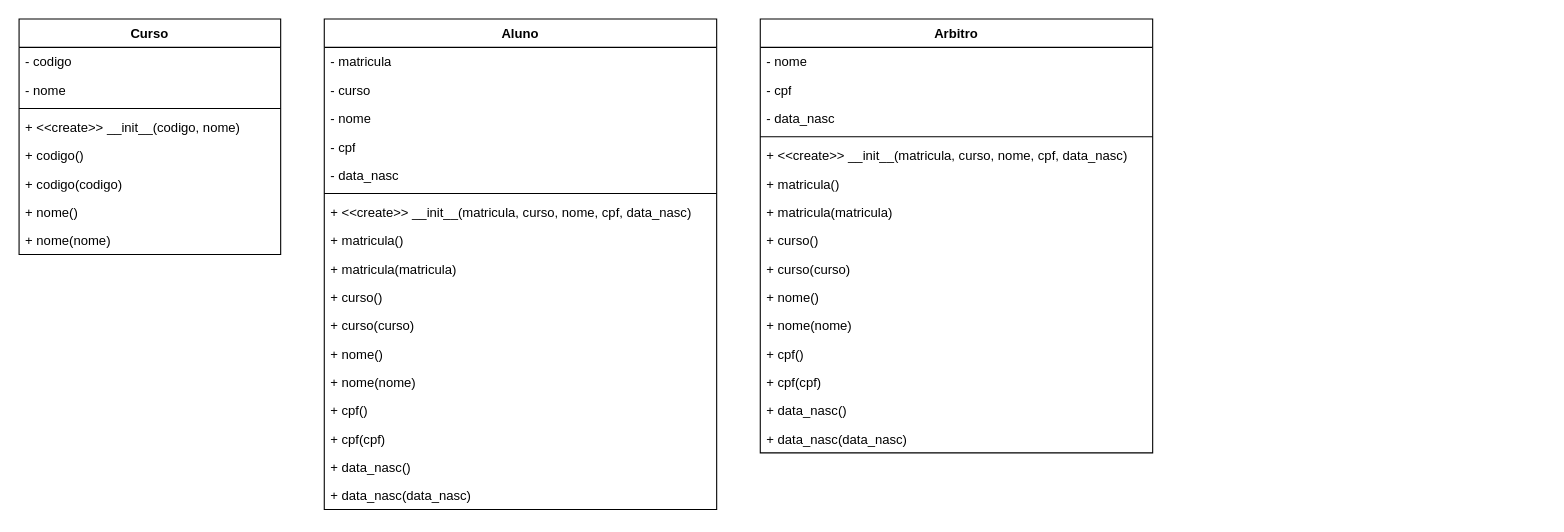
Before: Diagrama sem nome.drawio in mariabetman/dso, a draw.io diagram. Source tidied: cells renumbered, new cells numbered last; positions are measured from the earlier drawing's top-left corner, leaving out a move shared by most shapes. Both pictures are drawn from the tidied source at 109%, with x=0, y=0 at pixel (19, 19).
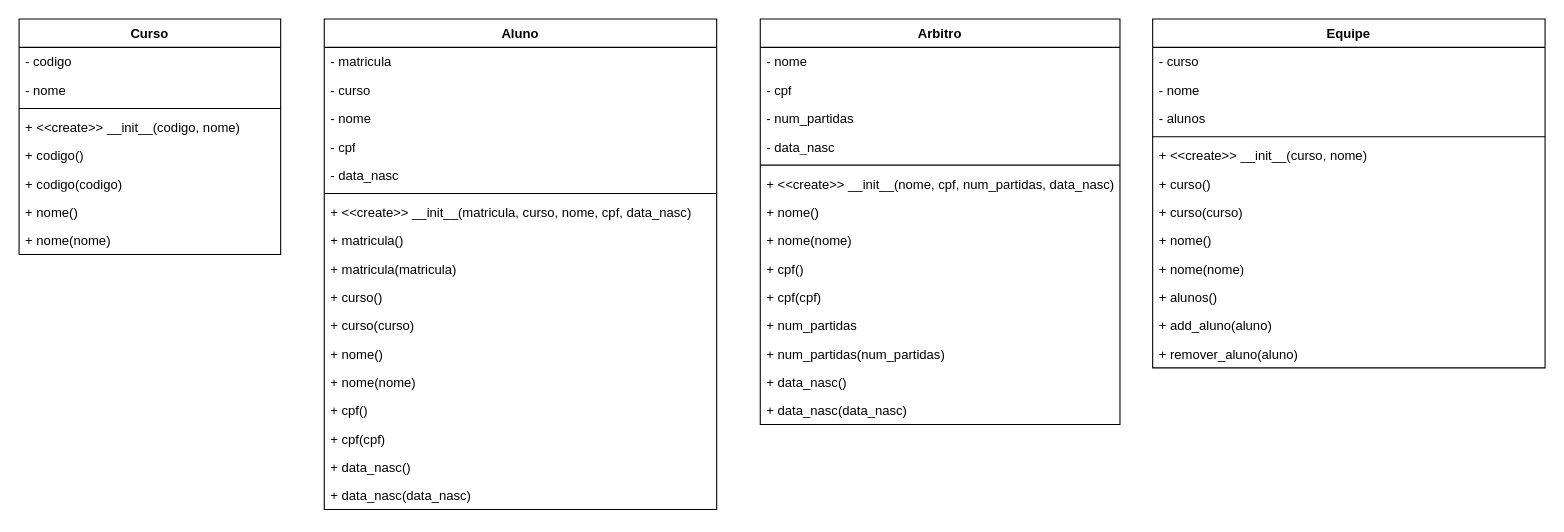
Above is the later version.

What changed in the source:
```diff
@@
     <mxCell id="29" value="Arbitro" style="swimlane;fontStyle=1;align=center;verticalAlign=top;horizontal=1;startSize=26;whiteSpace=wrap;html=1;" parent="1" vertex="1">
-      <mxGeometry x="680" width="360" height="398" as="geometry" />
+      <mxGeometry x="680" width="330" height="372" as="geometry" />
     </mxCell>
     <mxCell id="30" value="- nome" style="text;strokeColor=none;fillColor=none;align=left;verticalAlign=top;spacingLeft=4;spacingRight=4;overflow=hidden;whiteSpace=wrap;html=1;" parent="29" vertex="1">
-      <mxGeometry y="26" width="360" height="26" as="geometry" />
+      <mxGeometry y="26" width="330" height="26" as="geometry" />
     </mxCell>
     <mxCell id="31" value="- cpf" style="text;strokeColor=none;fillColor=none;align=left;verticalAlign=top;spacingLeft=4;spacingRight=4;overflow=hidden;whiteSpace=wrap;html=1;" parent="29" vertex="1">
-      <mxGeometry y="52" width="360" height="26" as="geometry" />
+      <mxGeometry y="52" width="330" height="26" as="geometry" />
     </mxCell>
-    <mxCell id="32" value="- data_nasc" style="text;strokeColor=none;fillColor=none;align=left;verticalAlign=top;spacingLeft=4;spacingRight=4;overflow=hidden;whiteSpace=wrap;html=1;" parent="29" vertex="1">
-      <mxGeometry y="78" width="360" height="26" as="geometry" />
+    <mxCell id="32" value="- num_partidas" style="text;strokeColor=none;fillColor=none;align=left;verticalAlign=top;spacingLeft=4;spacingRight=4;overflow=hidden;whiteSpace=wrap;html=1;" parent="29" vertex="1">
+      <mxGeometry y="78" width="330" height="26" as="geometry" />
     </mxCell>
+    <mxCell id="45" value="- data_nasc" style="text;strokeColor=none;fillColor=none;align=left;verticalAlign=top;spacingLeft=4;spacingRight=4;overflow=hidden;whiteSpace=wrap;html=1;" parent="29" vertex="1">
+      <mxGeometry y="104" width="330" height="26" as="geometry" />
+    </mxCell>
     <mxCell id="33" style="line;strokeWidth=1;fillColor=none;align=left;verticalAlign=middle;spacingTop=-1;spacingLeft=3;spacingRight=3;labelPosition=right;strokeColor=inherit;" parent="29" vertex="1">
-      <mxGeometry y="104" width="360" height="8" as="geometry" />
+      <mxGeometry y="130" width="330" height="8" as="geometry" />
     </mxCell>
-    <mxCell id="34" value="+ &amp;lt;&amp;lt;create&amp;gt;&amp;gt; __init__(matricula, curso, nome, cpf, data_nasc)&lt;div&gt;&lt;br&gt;&lt;/div&gt;" style="text;strokeColor=none;fillColor=none;align=left;verticalAlign=top;spacingLeft=4;spacingRight=4;overflow=hidden;whiteSpace=wrap;html=1;" parent="29" vertex="1">
-      <mxGeometry y="112" width="360" height="26" as="geometry" />
+    <mxCell id="34" value="+ &amp;lt;&amp;lt;create&amp;gt;&amp;gt; __init__(nome, cpf, num_partidas, data_nasc)&lt;div&gt;&lt;br&gt;&lt;/div&gt;" style="text;strokeColor=none;fillColor=none;align=left;verticalAlign=top;spacingLeft=4;spacingRight=4;overflow=hidden;whiteSpace=wrap;html=1;" parent="29" vertex="1">
+      <mxGeometry y="138" width="330" height="26" as="geometry" />
     </mxCell>
-    <mxCell id="35" value="+ matricula()" style="text;strokeColor=none;fillColor=none;align=left;verticalAlign=top;spacingLeft=4;spacingRight=4;overflow=hidden;whiteSpace=wrap;html=1;" parent="29" vertex="1">
-      <mxGeometry y="138" width="360" height="26" as="geometry" />
-    </mxCell>
-    <mxCell id="36" value="+ matricula(matricula)" style="text;strokeColor=none;fillColor=none;align=left;verticalAlign=top;spacingLeft=4;spacingRight=4;overflow=hidden;whiteSpace=wrap;html=1;" parent="29" vertex="1">
-      <mxGeometry y="164" width="360" height="26" as="geometry" />
-    </mxCell>
-    <mxCell id="37" value="+ curso()" style="text;strokeColor=none;fillColor=none;align=left;verticalAlign=top;spacingLeft=4;spacingRight=4;overflow=hidden;whiteSpace=wrap;html=1;" parent="29" vertex="1">
-      <mxGeometry y="190" width="360" height="26" as="geometry" />
-    </mxCell>
-    <mxCell id="38" value="+ curso(curso)" style="text;strokeColor=none;fillColor=none;align=left;verticalAlign=top;spacingLeft=4;spacingRight=4;overflow=hidden;whiteSpace=wrap;html=1;" parent="29" vertex="1">
-      <mxGeometry y="216" width="360" height="26" as="geometry" />
-    </mxCell>
     <mxCell id="39" value="+ nome()" style="text;strokeColor=none;fillColor=none;align=left;verticalAlign=top;spacingLeft=4;spacingRight=4;overflow=hidden;whiteSpace=wrap;html=1;" parent="29" vertex="1">
-      <mxGeometry y="242" width="360" height="26" as="geometry" />
+      <mxGeometry y="164" width="330" height="26" as="geometry" />
     </mxCell>
     <mxCell id="40" value="+ nome(nome)" style="text;strokeColor=none;fillColor=none;align=left;verticalAlign=top;spacingLeft=4;spacingRight=4;overflow=hidden;whiteSpace=wrap;html=1;" parent="29" vertex="1">
-      <mxGeometry y="268" width="360" height="26" as="geometry" />
+      <mxGeometry y="190" width="330" height="26" as="geometry" />
     </mxCell>
     <mxCell id="41" value="+ cpf()" style="text;strokeColor=none;fillColor=none;align=left;verticalAlign=top;spacingLeft=4;spacingRight=4;overflow=hidden;whiteSpace=wrap;html=1;" parent="29" vertex="1">
-      <mxGeometry y="294" width="360" height="26" as="geometry" />
+      <mxGeometry y="216" width="330" height="26" as="geometry" />
     </mxCell>
     <mxCell id="42" value="+ cpf(cpf)" style="text;strokeColor=none;fillColor=none;align=left;verticalAlign=top;spacingLeft=4;spacingRight=4;overflow=hidden;whiteSpace=wrap;html=1;" parent="29" vertex="1">
-      <mxGeometry y="320" width="360" height="26" as="geometry" />
+      <mxGeometry y="242" width="330" height="26" as="geometry" />
     </mxCell>
+    <mxCell id="46" value="+ num_partidas" style="text;strokeColor=none;fillColor=none;align=left;verticalAlign=top;spacingLeft=4;spacingRight=4;overflow=hidden;whiteSpace=wrap;html=1;" parent="29" vertex="1">
+      <mxGeometry y="268" width="330" height="26" as="geometry" />
+    </mxCell>
+    <mxCell id="47" value="+ num_partidas(num_partidas)" style="text;strokeColor=none;fillColor=none;align=left;verticalAlign=top;spacingLeft=4;spacingRight=4;overflow=hidden;whiteSpace=wrap;html=1;" parent="29" vertex="1">
+      <mxGeometry y="294" width="330" height="26" as="geometry" />
+    </mxCell>
     <mxCell id="43" value="+ data_nasc()" style="text;strokeColor=none;fillColor=none;align=left;verticalAlign=top;spacingLeft=4;spacingRight=4;overflow=hidden;whiteSpace=wrap;html=1;" parent="29" vertex="1">
-      <mxGeometry y="346" width="360" height="26" as="geometry" />
+      <mxGeometry y="320" width="330" height="26" as="geometry" />
     </mxCell>
     <mxCell id="44" value="+ data_nasc(data_nasc)" style="text;strokeColor=none;fillColor=none;align=left;verticalAlign=top;spacingLeft=4;spacingRight=4;overflow=hidden;whiteSpace=wrap;html=1;" parent="29" vertex="1">
-      <mxGeometry y="372" width="360" height="26" as="geometry" />
+      <mxGeometry y="346" width="330" height="26" as="geometry" />
     </mxCell>
+    <mxCell id="48" value="Equipe" style="swimlane;fontStyle=1;align=center;verticalAlign=top;horizontal=1;startSize=26;whiteSpace=wrap;html=1;" parent="1" vertex="1">
+      <mxGeometry x="1040" width="360" height="320" as="geometry" />
+    </mxCell>
+    <mxCell id="49" value="- curso" style="text;strokeColor=none;fillColor=none;align=left;verticalAlign=top;spacingLeft=4;spacingRight=4;overflow=hidden;whiteSpace=wrap;html=1;" parent="48" vertex="1">
+      <mxGeometry y="26" width="360" height="26" as="geometry" />
+    </mxCell>
+    <mxCell id="50" value="- nome" style="text;strokeColor=none;fillColor=none;align=left;verticalAlign=top;spacingLeft=4;spacingRight=4;overflow=hidden;whiteSpace=wrap;html=1;" parent="48" vertex="1">
+      <mxGeometry y="52" width="360" height="26" as="geometry" />
+    </mxCell>
+    <mxCell id="51" value="- alunos" style="text;strokeColor=none;fillColor=none;align=left;verticalAlign=top;spacingLeft=4;spacingRight=4;overflow=hidden;whiteSpace=wrap;html=1;" parent="48" vertex="1">
+      <mxGeometry y="78" width="360" height="26" as="geometry" />
+    </mxCell>
+    <mxCell id="52" style="line;strokeWidth=1;fillColor=none;align=left;verticalAlign=middle;spacingTop=-1;spacingLeft=3;spacingRight=3;labelPosition=right;strokeColor=inherit;" parent="48" vertex="1">
+      <mxGeometry y="104" width="360" height="8" as="geometry" />
+    </mxCell>
+    <mxCell id="53" value="+ &amp;lt;&amp;lt;create&amp;gt;&amp;gt; __init__(curso, nome)&lt;div&gt;&lt;br&gt;&lt;/div&gt;" style="text;strokeColor=none;fillColor=none;align=left;verticalAlign=top;spacingLeft=4;spacingRight=4;overflow=hidden;whiteSpace=wrap;html=1;" parent="48" vertex="1">
+      <mxGeometry y="112" width="360" height="26" as="geometry" />
+    </mxCell>
+    <mxCell id="37" value="+ curso()" style="text;strokeColor=none;fillColor=none;align=left;verticalAlign=top;spacingLeft=4;spacingRight=4;overflow=hidden;whiteSpace=wrap;html=1;" parent="48" vertex="1">
+      <mxGeometry y="138" width="360" height="26" as="geometry" />
+    </mxCell>
+    <mxCell id="38" value="+ curso(curso)" style="text;strokeColor=none;fillColor=none;align=left;verticalAlign=top;spacingLeft=4;spacingRight=4;overflow=hidden;whiteSpace=wrap;html=1;" parent="48" vertex="1">
+      <mxGeometry y="164" width="360" height="26" as="geometry" />
+    </mxCell>
+    <mxCell id="54" value="+ nome()" style="text;strokeColor=none;fillColor=none;align=left;verticalAlign=top;spacingLeft=4;spacingRight=4;overflow=hidden;whiteSpace=wrap;html=1;" parent="48" vertex="1">
+      <mxGeometry y="190" width="360" height="26" as="geometry" />
+    </mxCell>
+    <mxCell id="55" value="+ nome(nome)" style="text;strokeColor=none;fillColor=none;align=left;verticalAlign=top;spacingLeft=4;spacingRight=4;overflow=hidden;whiteSpace=wrap;html=1;" parent="48" vertex="1">
+      <mxGeometry y="216" width="360" height="26" as="geometry" />
+    </mxCell>
+    <mxCell id="56" value="+ alunos()" style="text;strokeColor=none;fillColor=none;align=left;verticalAlign=top;spacingLeft=4;spacingRight=4;overflow=hidden;whiteSpace=wrap;html=1;" parent="48" vertex="1">
+      <mxGeometry y="242" width="360" height="26" as="geometry" />
+    </mxCell>
+    <mxCell id="57" value="+ add_aluno(aluno)" style="text;strokeColor=none;fillColor=none;align=left;verticalAlign=top;spacingLeft=4;spacingRight=4;overflow=hidden;whiteSpace=wrap;html=1;" parent="48" vertex="1">
+      <mxGeometry y="268" width="360" height="26" as="geometry" />
+    </mxCell>
+    <mxCell id="58" value="+ remover_aluno(aluno)" style="text;strokeColor=none;fillColor=none;align=left;verticalAlign=top;spacingLeft=4;spacingRight=4;overflow=hidden;whiteSpace=wrap;html=1;" parent="48" vertex="1">
+      <mxGeometry y="294" width="360" height="26" as="geometry" />
+    </mxCell>
```
